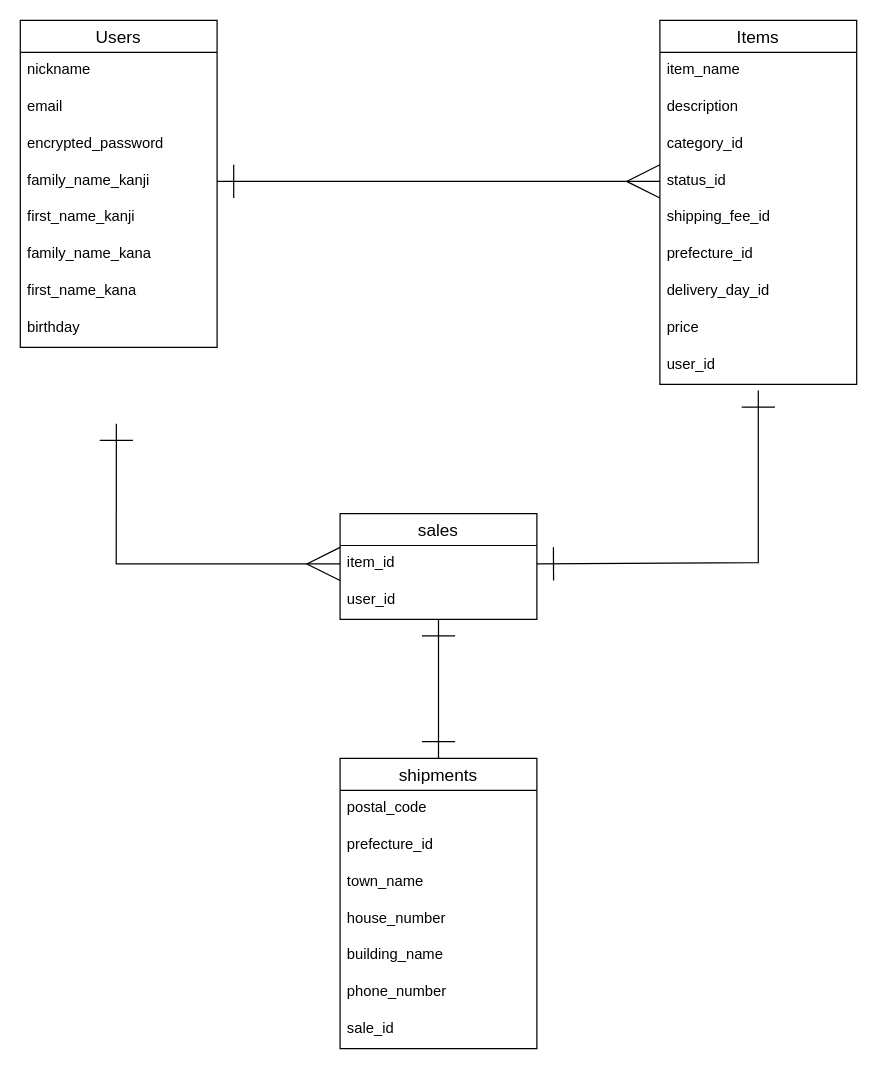
This is furima_ER.dio from imotasatara/furima-38580, a draw.io file, before an edit. Source tidied: cells renumbered, new cells numbered last; positions are measured from the earlier drawing's top-left corner, leaving out a move shared by most shapes. Both pictures are drawn from the tidied source at 123%, with x=0, y=0 at pixel (20, 20).
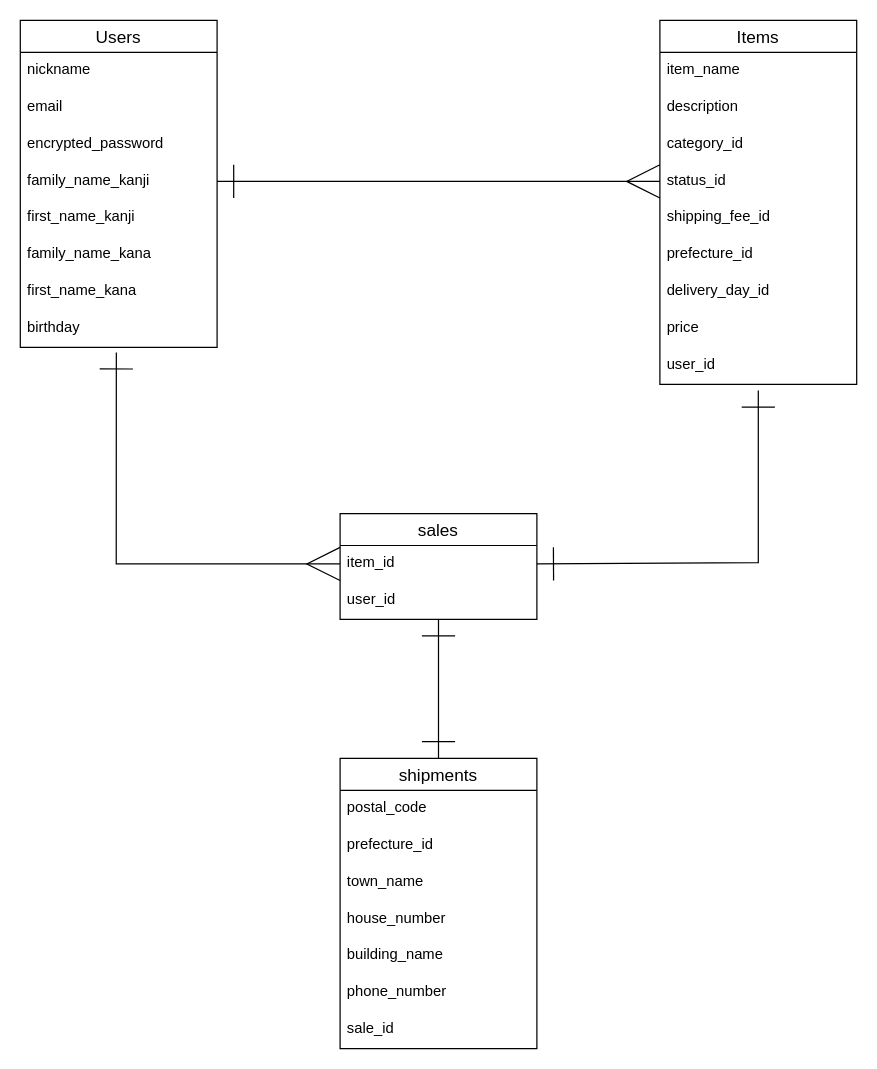
Above is the later version.

Commit message (it also covers changes not shown here):
カラム名とタイプの修正

The change refers to these unchanged cells:
```xml
<mxCell id="10" value="birthday" style="text;strokeColor=none;fillColor=none;spacingLeft=4;spacingRight=4;overflow=hidden;points=[[0,0.5],[1,0.5]];portConstraint=eastwest;fontSize=12;" parent="2" vertex="1">
  <mxGeometry y="236" width="160" height="30" as="geometry" />
</mxCell>
<mxCell id="32" value="item_id" style="text;strokeColor=none;fillColor=none;spacingLeft=4;spacingRight=4;overflow=hidden;points=[[0,0.5],[1,0.5]];portConstraint=eastwest;fontSize=12;" parent="31" vertex="1">
  <mxGeometry y="26" width="160" height="30" as="geometry" />
</mxCell>
```

The edit, as a diff of the source:
```diff
@@
-    <mxCell id="35" style="edgeStyle=none;rounded=0;html=1;exitX=0;exitY=0.5;exitDx=0;exitDy=0;entryX=0.488;entryY=1.067;entryDx=0;entryDy=0;entryPerimeter=0;strokeWidth=1;startArrow=ERmany;startFill=0;endArrow=ERone;endFill=0;startSize=25;endSize=25;" parent="1" edge="1" source="32">
+    <mxCell id="35" style="edgeStyle=none;rounded=0;html=1;exitX=0;exitY=0.5;exitDx=0;exitDy=0;strokeWidth=1;startArrow=ERmany;startFill=0;endArrow=ERone;endFill=0;startSize=25;endSize=25;entryX=0.488;entryY=1.133;entryDx=0;entryDy=0;entryPerimeter=0;" parent="1" edge="1" source="32" target="10">
       <mxGeometry relative="1" as="geometry">
-        <mxPoint x="78.1" y="328" as="targetPoint" />
         <Array as="points">
           <mxPoint x="78" y="442" />
         </Array>
       </mxGeometry>
     </mxCell>
```
